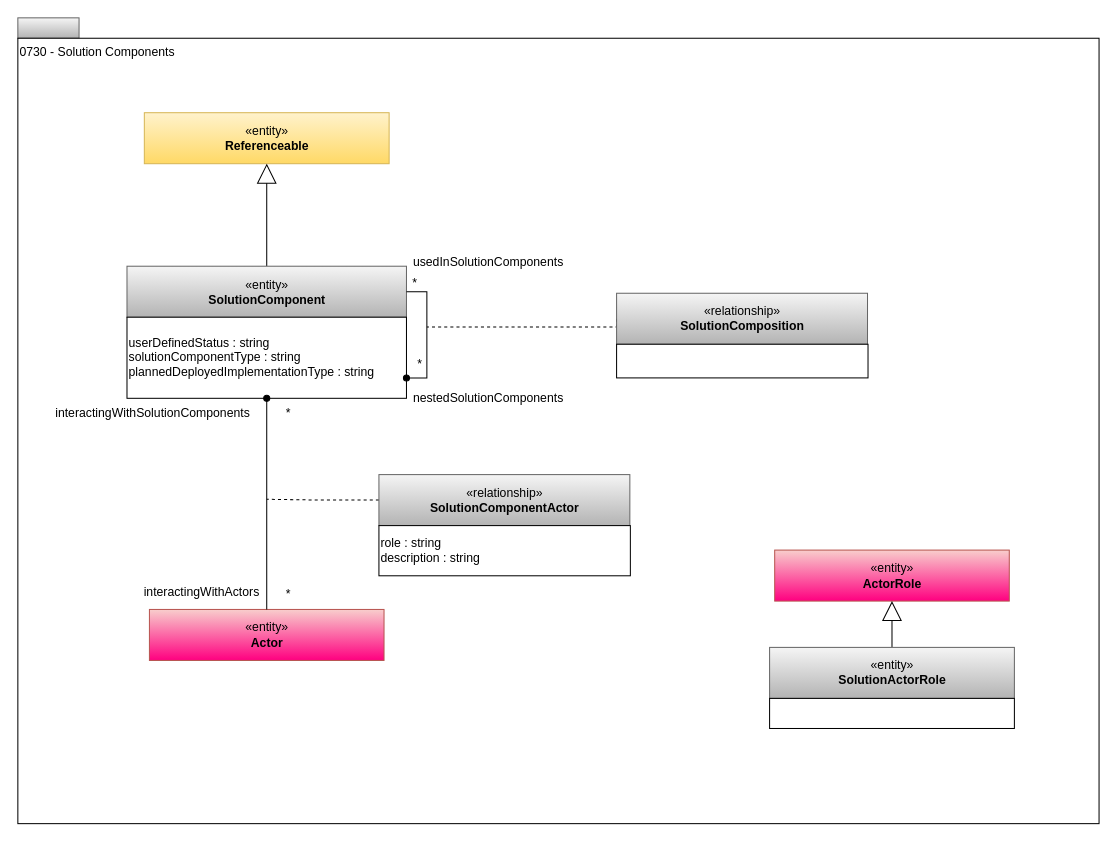
This is page "0730-Solution-Components" (7 of 17) of site/docs/types/7/area-7-lineage.drawio from odpi/egeria-docs, a draw.io file, before an edit. Source tidied: cells renumbered, new cells numbered last; positions are measured from the earlier drawing's top-left corner, leaving out a move shared by most shapes. Both pictures are drawn from the tidied source at 102%, with x=0, y=0 at pixel (17, 17).
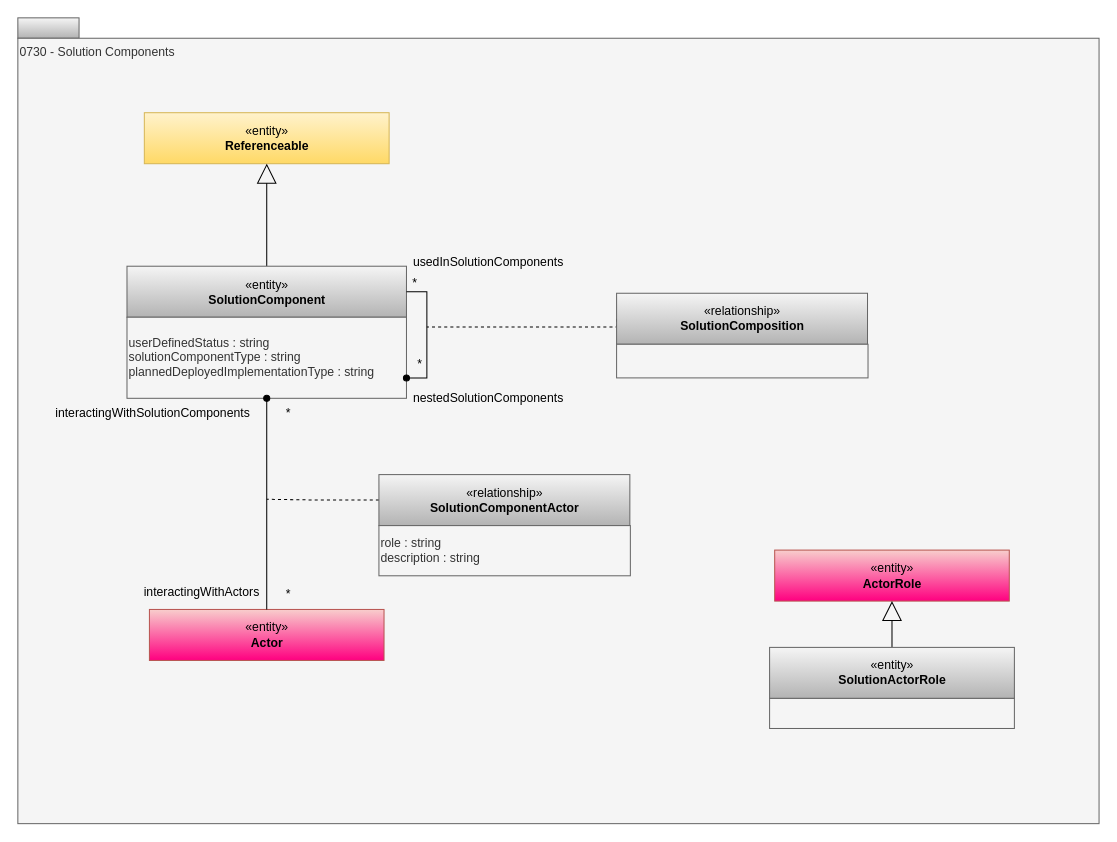
Above is the later version.

Change to the diagram source:
```diff
@@
-    <mxCell id="3" value="0730 - Solution Components" style="rounded=0;whiteSpace=wrap;html=1;align=left;verticalAlign=top;" parent="1" vertex="1">
+    <mxCell id="3" value="0730 - Solution Components" style="rounded=0;whiteSpace=wrap;html=1;align=left;verticalAlign=top;fillColor=#f5f5f5;fontColor=#333333;strokeColor=#666666;" parent="1" vertex="1">
       <mxGeometry y="20" width="1060" height="770" as="geometry" />
     </mxCell>
@@
-    <mxCell id="7" style="rounded=0;whiteSpace=wrap;html=1;strokeColor=#000000;gradientColor=#ffffff;align=left;" parent="1" vertex="1">
+    <mxCell id="7" style="rounded=0;whiteSpace=wrap;html=1;strokeColor=#666666;align=left;fillColor=#f5f5f5;fontColor=#333333;" parent="1" vertex="1">
       <mxGeometry x="587" y="320" width="246.5" height="33" as="geometry" />
     </mxCell>
@@
-    <mxCell id="10" value="&lt;div&gt;userDefinedStatus : string&lt;br&gt;&lt;div style=&quot;text-align: left&quot;&gt;&lt;/div&gt;&lt;div&gt;solutionComponentType : string&lt;/div&gt;&lt;div&gt;plannedDeployedImplementationType : string&lt;/div&gt;&lt;/div&gt;" style="rounded=0;whiteSpace=wrap;html=1;strokeColor=#000000;gradientColor=#ffffff;align=left;" parent="1" vertex="1">
+    <mxCell id="10" value="&lt;div&gt;userDefinedStatus : string&lt;br&gt;&lt;div style=&quot;text-align: left&quot;&gt;&lt;/div&gt;&lt;div&gt;solutionComponentType : string&lt;/div&gt;&lt;div&gt;plannedDeployedImplementationType : string&lt;/div&gt;&lt;/div&gt;" style="rounded=0;whiteSpace=wrap;html=1;strokeColor=#666666;align=left;fillColor=#f5f5f5;fontColor=#333333;" parent="1" vertex="1">
       <mxGeometry x="107" y="293.5" width="274" height="79.5" as="geometry" />
     </mxCell>
@@
-    <mxCell id="19" value="role : string&lt;div&gt;description : string&lt;/div&gt;" style="rounded=0;whiteSpace=wrap;html=1;strokeColor=#000000;gradientColor=#ffffff;align=left;" parent="1" vertex="1">
+    <mxCell id="19" value="role : string&lt;div&gt;description : string&lt;/div&gt;" style="rounded=0;whiteSpace=wrap;html=1;strokeColor=#666666;align=left;fillColor=#f5f5f5;fontColor=#333333;" parent="1" vertex="1">
       <mxGeometry x="354" y="497.8" width="246.5" height="49.2" as="geometry" />
     </mxCell>
@@
-    <mxCell id="28" value="&lt;br&gt;&lt;div style=&quot;text-align: left&quot;&gt;&lt;/div&gt;" style="rounded=0;whiteSpace=wrap;html=1;strokeColor=#000000;gradientColor=#ffffff;align=left;" parent="1" vertex="1">
+    <mxCell id="28" value="&lt;br&gt;&lt;div style=&quot;text-align: left&quot;&gt;&lt;/div&gt;" style="rounded=0;whiteSpace=wrap;html=1;strokeColor=#666666;align=left;fillColor=#f5f5f5;fontColor=#333333;" parent="1" vertex="1">
       <mxGeometry x="737" y="667.2" width="240" height="29.5" as="geometry" />
     </mxCell>
```
